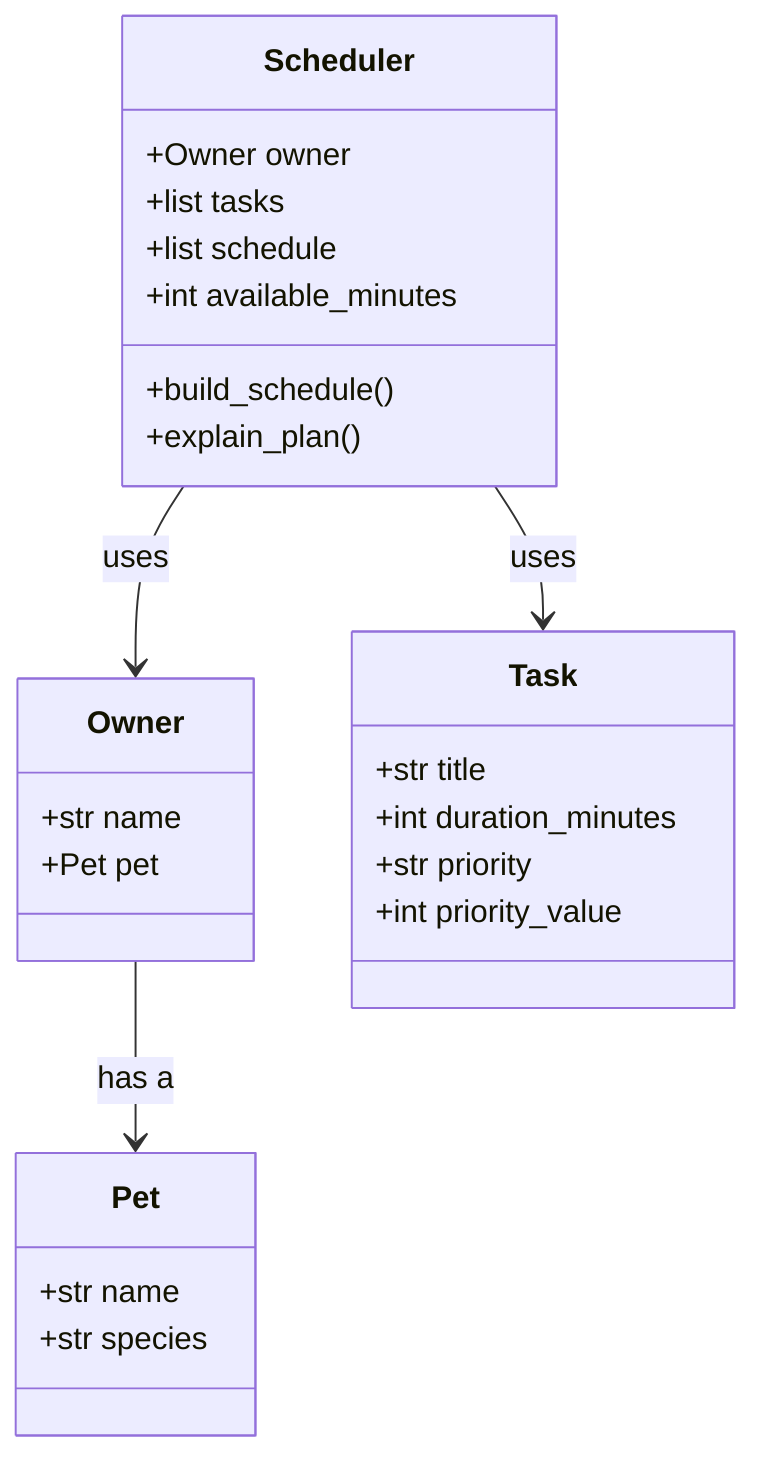
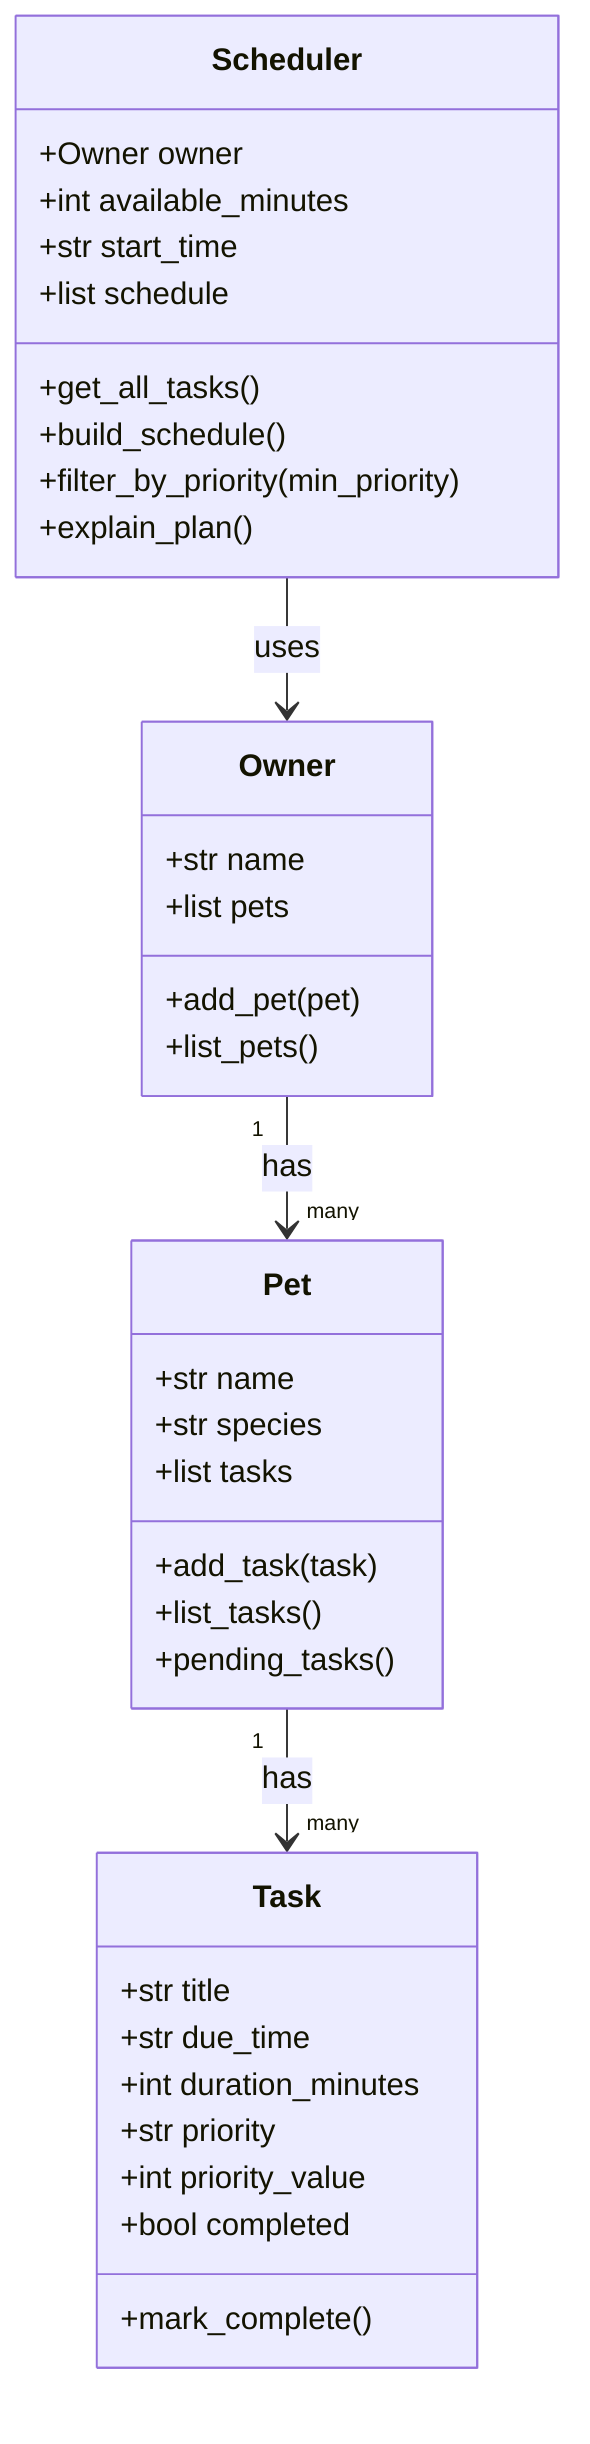
classDiagram
    class Owner {
        +str name
-         +Pet pet
+         +list pets
+         +add_pet(pet)
+         +list_pets()
    }

    class Pet {
        +str name
        +str species
+         +list tasks
+         +add_task(task)
+         +list_tasks()
+         +pending_tasks()
    }

    class Task {
        +str title
+         +str due_time
        +int duration_minutes
        +str priority
        +int priority_value
+         +bool completed
+         +mark_complete()
    }

    class Scheduler {
        +Owner owner
-         +list tasks
+         +int available_minutes
+         +str start_time
        +list schedule
-         +int available_minutes
+         +get_all_tasks()
        +build_schedule()
+         +filter_by_priority(min_priority)
        +explain_plan()
    }

-     Owner --> Pet : has a
+     Owner "1" --> "many" Pet : has
+     Pet "1" --> "many" Task : has
    Scheduler --> Owner : uses
-     Scheduler --> Task : uses
